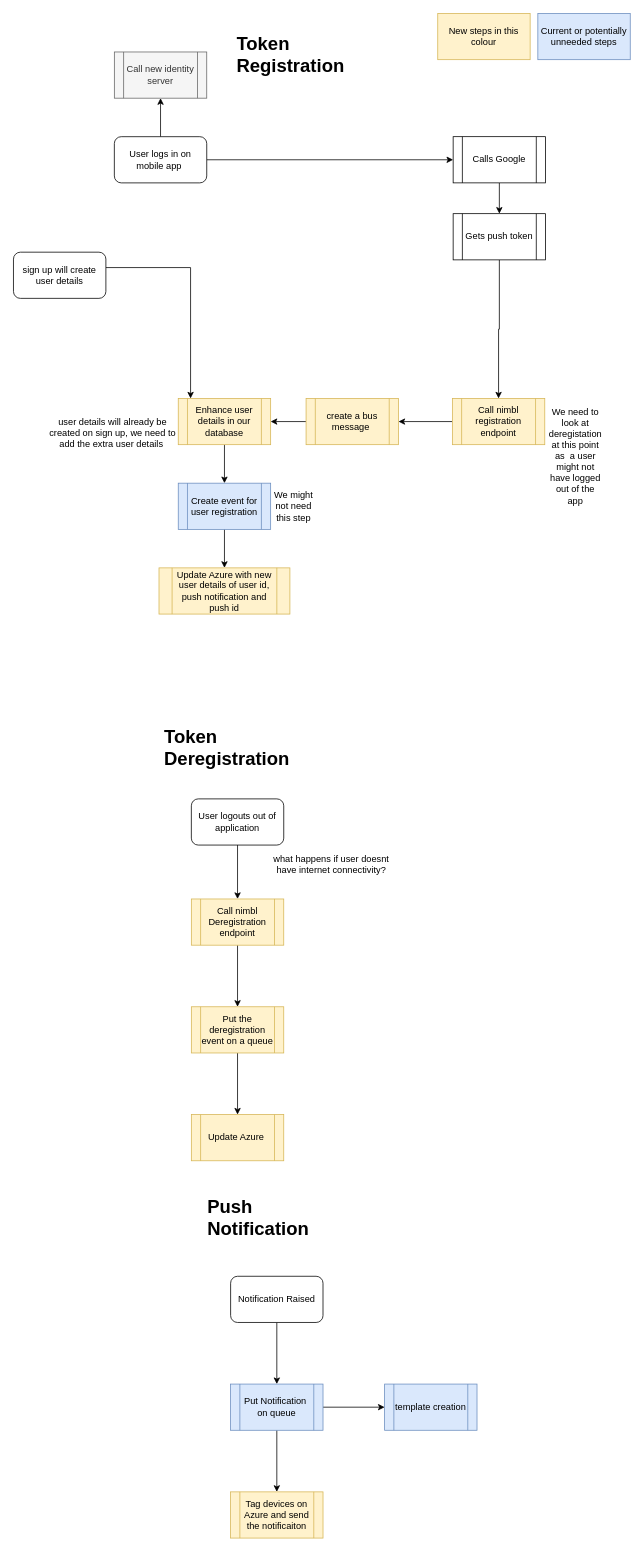
mattwatts36/drawings keeps this draw.io diagram as CaxtonPushNotifications.drawio. Above is the earlier version. Source tidied: cells renumbered, new cells numbered last; positions are measured from the earlier drawing's top-left corner, leaving out a move shared by most shapes. Both pictures are drawn from the tidied source at 77%, with x=0, y=0 at pixel (13, 13).
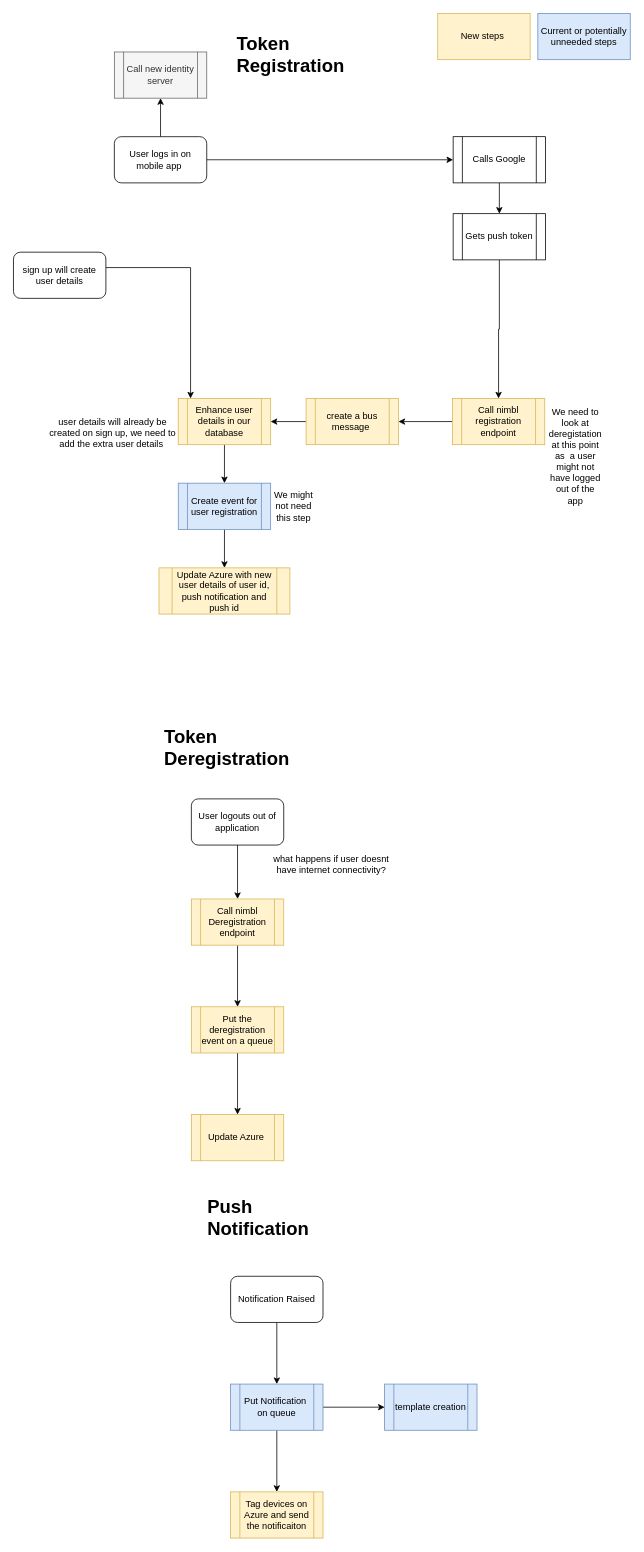
The same diagram, later.

The edit, as a diff of the source:
```diff
@@
-    <mxCell id="42" value="New steps in this colour" style="rounded=0;whiteSpace=wrap;html=1;fillColor=#fff2cc;strokeColor=#d6b656;" parent="1" vertex="1">
+    <mxCell id="42" value="New steps&amp;nbsp;" style="rounded=0;whiteSpace=wrap;html=1;fillColor=#fff2cc;strokeColor=#d6b656;" parent="1" vertex="1">
       <mxGeometry x="551" width="120" height="60" as="geometry" />
     </mxCell>
```
